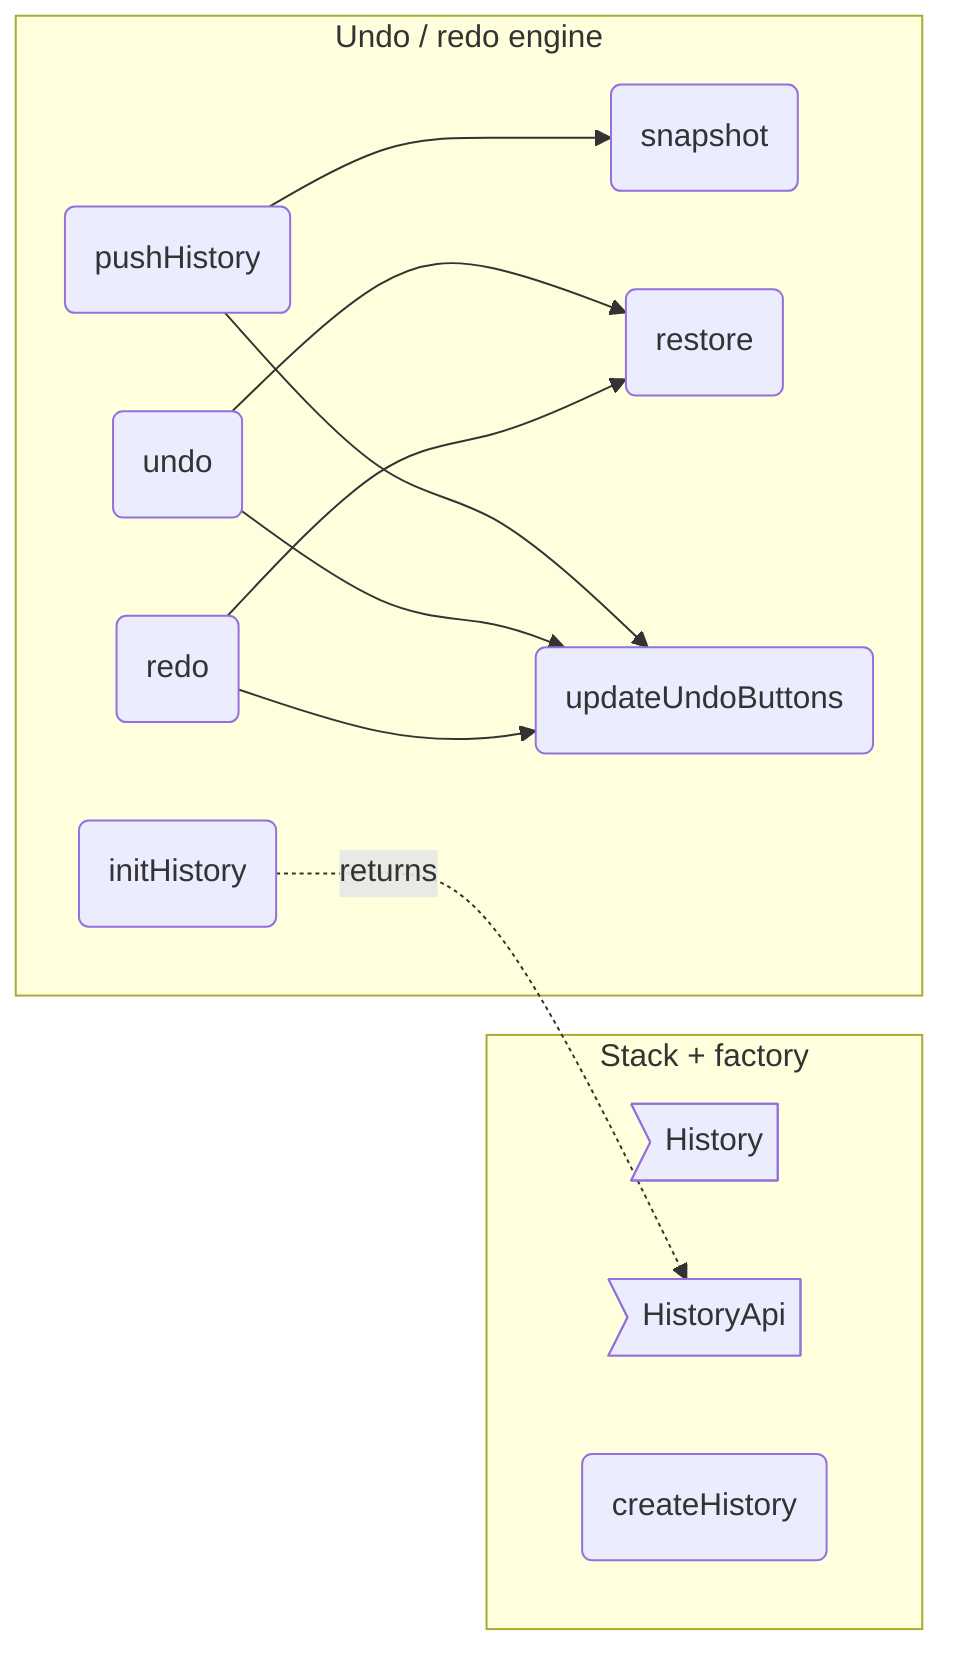
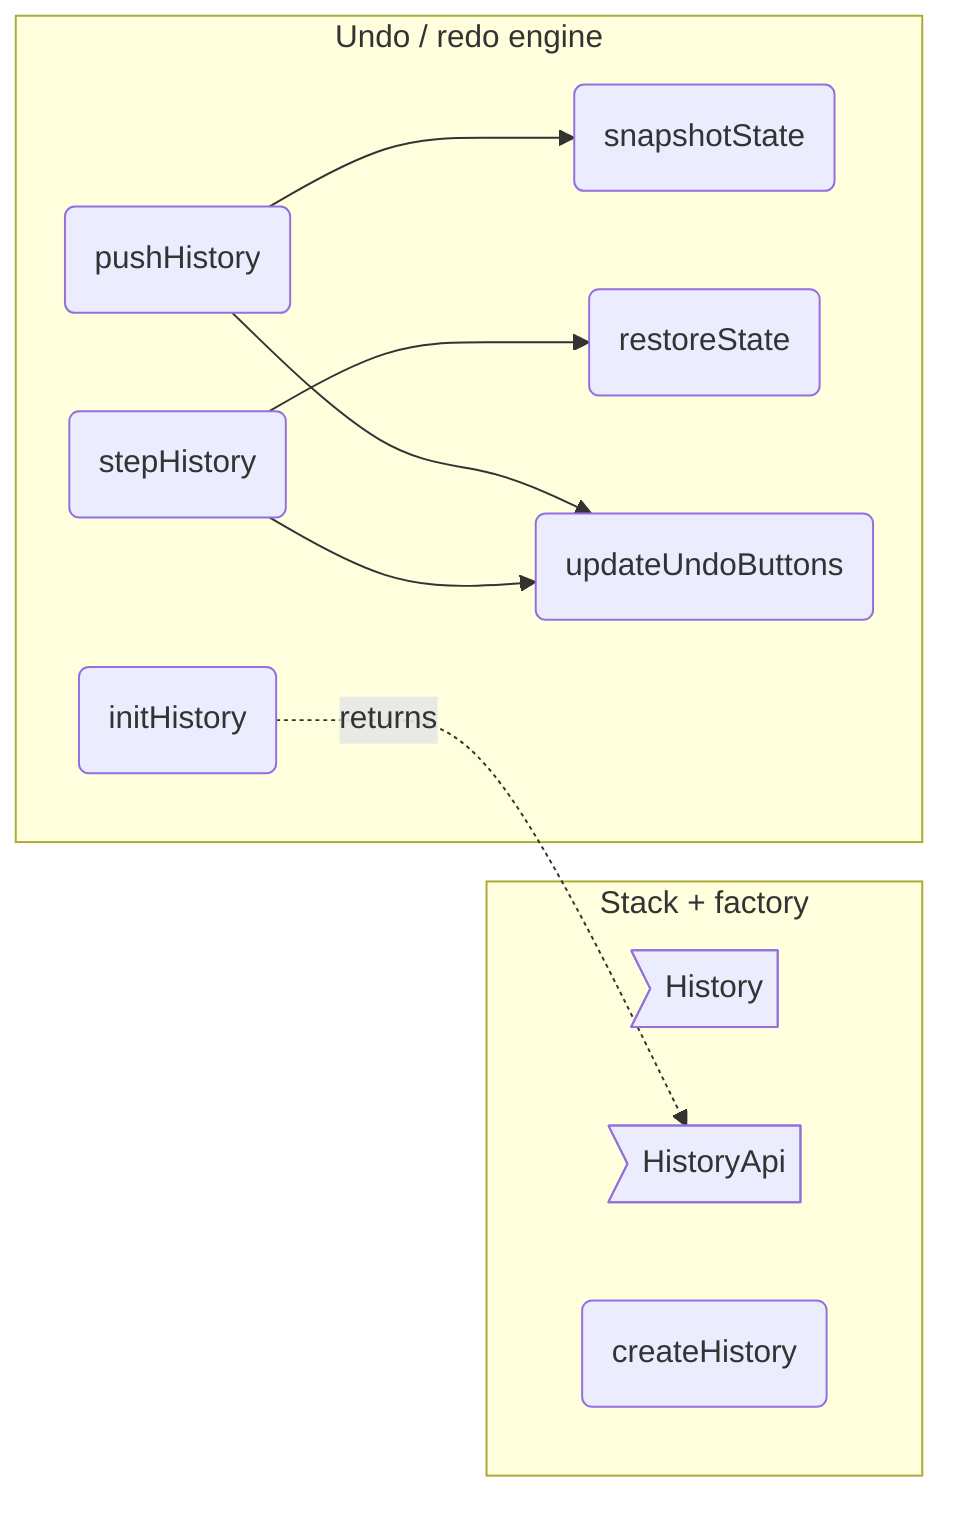
flowchart LR
%% root history

%% src History src/core/history/history.ts#History
%% kind History type
%% fm:meta History name=History
%% fm:meta History desc=bounded snapshot stack: stack of JSON strings, cursor index, max size

%% src HistoryApi src/core/history/history.ts#HistoryApi
%% kind HistoryApi type
%% fm:meta HistoryApi name=HistoryApi
%% fm:meta HistoryApi desc=public undo/redo surface: pushHistory, undo, redo, updateUndoButtons

%% src createHistory src/core/history/history.ts#createHistory
%% kind createHistory function
%% fm:meta createHistory name=createHistory
%% fm:meta createHistory desc=create an empty bounded history (max 80 snapshots)
%% fm:meta createHistory i0.name=createHistory
%% fm:meta createHistory i0.returns=History

%% src initHistory src/core/history/history.ts#initHistory
%% kind initHistory function
%% fm:meta initHistory name=initHistory
%% fm:meta initHistory desc=build the undo/redo engine bound to ctx; returns the HistoryApi
%% fm:meta initHistory i0.name=initHistory
%% fm:meta initHistory i0.accepts=ctx: AppContext
%% fm:meta initHistory i0.returns=HistoryApi

- %% src snapshot src/core/history/history.ts#snapshot
- %% kind snapshot function
- %% fm:meta snapshot name=snapshot
- %% fm:meta snapshot desc=serialize nodes, edges, counters and dir to a JSON string
- %% fm:meta snapshot i0.name=snapshot
- %% fm:meta snapshot i0.returns=string
+ %% src snapshotState src/core/history/history.ts#snapshotState
+ %% kind snapshotState function
+ %% fm:meta snapshotState name=snapshotState
+ %% fm:meta snapshotState desc=serialize nodes, edges, counters and dir to a JSON string
+ %% fm:meta snapshotState i0.name=snapshotState
+ %% fm:meta snapshotState i0.accepts=state: AppContext['state']
+ %% fm:meta snapshotState i0.returns=string

%% src pushHistory src/core/history/history.ts#pushHistory
%% kind pushHistory function
%% fm:meta pushHistory name=pushHistory
%% fm:meta pushHistory desc=truncate redo tail, push a fresh snapshot, cap length, fire persist
%% fm:meta pushHistory i0.name=pushHistory
+ %% fm:meta pushHistory i0.accepts=ctx: AppContext
+ %% fm:meta pushHistory i0.accepts=undoBtn: HTMLButtonElement
+ %% fm:meta pushHistory i0.accepts=redoBtn: HTMLButtonElement
%% fm:meta pushHistory i0.returns=void

- %% src restore src/core/history/history.ts#restore
- %% kind restore function
- %% fm:meta restore name=restore
- %% fm:meta restore desc=parse a snapshot back into the model, then render, sync and inspector via hooks
- %% fm:meta restore i0.name=restore
- %% fm:meta restore i0.accepts=snap: string
- %% fm:meta restore i0.returns=void
+ %% src restoreState src/core/history/history.ts#restoreState
+ %% kind restoreState function
+ %% fm:meta restoreState name=restoreState
+ %% fm:meta restoreState desc=parse a snapshot back into the model, then render, sync and inspector via hooks
+ %% fm:meta restoreState i0.name=restoreState
+ %% fm:meta restoreState i0.accepts=ctx: AppContext
+ %% fm:meta restoreState i0.accepts=snap: string
+ %% fm:meta restoreState i0.returns=void

- %% src undo src/core/history/history.ts#undo
- %% kind undo function
- %% fm:meta undo name=undo
- %% fm:meta undo desc=step the cursor back and restore that snapshot
- %% fm:meta undo i0.name=undo
- %% fm:meta undo i0.returns=void
- 
- %% src redo src/core/history/history.ts#redo
- %% kind redo function
- %% fm:meta redo name=redo
- %% fm:meta redo desc=step the cursor forward and restore that snapshot
- %% fm:meta redo i0.name=redo
- %% fm:meta redo i0.returns=void
+ %% src stepHistory src/core/history/history.ts#stepHistory
+ %% kind stepHistory function
+ %% fm:meta stepHistory name=stepHistory
+ %% fm:meta stepHistory desc=step the cursor by delta (undo=-1, redo=+1) and restore that snapshot
+ %% fm:meta stepHistory i0.name=stepHistory
+ %% fm:meta stepHistory i0.accepts=ctx: AppContext
+ %% fm:meta stepHistory i0.accepts=undoBtn: HTMLButtonElement
+ %% fm:meta stepHistory i0.accepts=redoBtn: HTMLButtonElement
+ %% fm:meta stepHistory i0.accepts=delta: 1 | -1
+ %% fm:meta stepHistory i0.returns=void

%% src updateUndoButtons src/core/history/history.ts#updateUndoButtons
%% kind updateUndoButtons function
%% fm:meta updateUndoButtons name=updateUndoButtons
%% fm:meta updateUndoButtons desc=enable/disable the undo and redo toolbar buttons from the cursor
%% fm:meta updateUndoButtons i0.name=updateUndoButtons
+ %% fm:meta updateUndoButtons i0.accepts=history: History
+ %% fm:meta updateUndoButtons i0.accepts=undoBtn: HTMLButtonElement
+ %% fm:meta updateUndoButtons i0.accepts=redoBtn: HTMLButtonElement
%% fm:meta updateUndoButtons i0.returns=void

%% parent h_model history
%% parent h_engine history

  subgraph h_model ["Stack + factory"]
    History>"History"]
    HistoryApi>"HistoryApi"]
    createHistory("createHistory")
  end
  subgraph h_engine ["Undo / redo engine"]
    initHistory("initHistory")
-     snapshot("snapshot")
+     snapshotState("snapshotState")
    pushHistory("pushHistory")
-     restore("restore")
-     undo("undo")
-     redo("redo")
+     restoreState("restoreState")
+     stepHistory("stepHistory")
    updateUndoButtons("updateUndoButtons")
  end

-   pushHistory --> snapshot
+   pushHistory --> snapshotState
  pushHistory --> updateUndoButtons
-   undo --> restore
-   redo --> restore
-   undo --> updateUndoButtons
-   redo --> updateUndoButtons
+   stepHistory --> restoreState
+   stepHistory --> updateUndoButtons
  initHistory -.->|returns| HistoryApi
